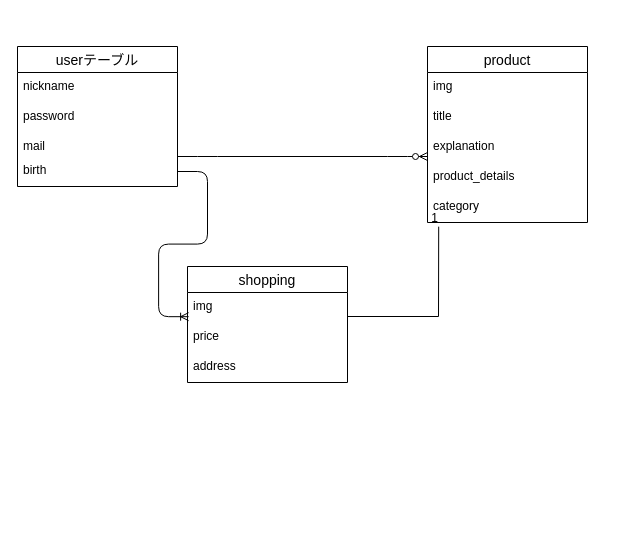
The draw.io diagram .dio in hibiki24o/furima-38475, before the edit. Source tidied: cells renumbered, new cells numbered last; positions are measured from the earlier drawing's top-left corner, leaving out a move shared by most shapes. Both pictures are drawn from the tidied source at 100%, with x=0, y=0 at pixel (17, 46).
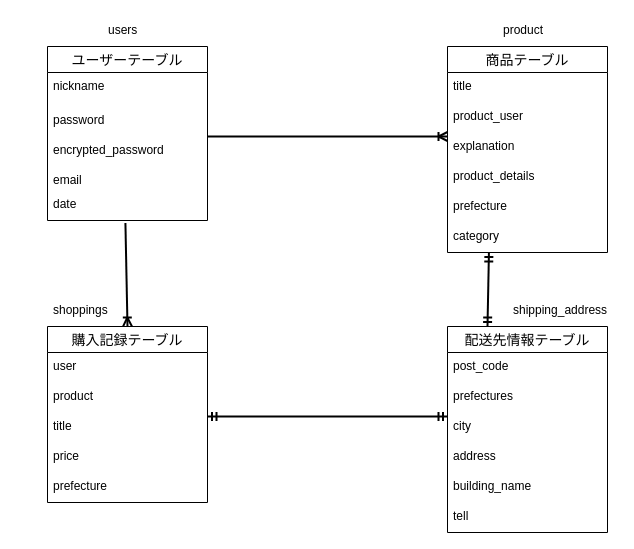
Above is the later version.

Diff of the diagram source:
```diff
@@
-    <mxCell id="2" value="userテーブル" style="swimlane;fontStyle=0;horizontal=1;startSize=26;align=center;fontSize=14;strokeColor=default;" parent="1" vertex="1">
-      <mxGeometry width="160" height="140" as="geometry" />
+    <mxCell id="2" value="ユーザーテーブル" style="swimlane;fontStyle=0;horizontal=1;startSize=26;align=center;fontSize=14;strokeColor=default;" parent="1" vertex="1">
+      <mxGeometry x="30" width="160" height="174" as="geometry" />
     </mxCell>
     <mxCell id="3" value="nickname" style="text;strokeColor=none;fillColor=none;spacingLeft=4;spacingRight=4;overflow=hidden;fontSize=12;" parent="2" vertex="1">
-      <mxGeometry y="26" width="160" height="30" as="geometry" />
+      <mxGeometry y="26" width="160" height="34" as="geometry" />
     </mxCell>
     <mxCell id="4" value="password" style="text;strokeColor=none;fillColor=none;spacingLeft=4;spacingRight=4;overflow=hidden;fontSize=12;" parent="2" vertex="1">
-      <mxGeometry y="56" width="160" height="30" as="geometry" />
+      <mxGeometry y="60" width="160" height="30" as="geometry" />
     </mxCell>
+    <mxCell id="21" value="encrypted_password" style="text;strokeColor=none;fillColor=none;spacingLeft=4;spacingRight=4;overflow=hidden;fontSize=12;" parent="2" vertex="1">
+      <mxGeometry y="90" width="160" height="30" as="geometry" />
+    </mxCell>
-    <mxCell id="5" value="mail" style="text;strokeColor=none;fillColor=none;spacingLeft=4;spacingRight=4;overflow=hidden;fontSize=12;" parent="2" vertex="1">
-      <mxGeometry y="86" width="160" height="24" as="geometry" />
+    <mxCell id="5" value="email" style="text;strokeColor=none;fillColor=none;spacingLeft=4;spacingRight=4;overflow=hidden;fontSize=12;" parent="2" vertex="1">
+      <mxGeometry y="120" width="160" height="24" as="geometry" />
     </mxCell>
-    <mxCell id="6" value="birth" style="text;strokeColor=none;fillColor=none;spacingLeft=4;spacingRight=4;overflow=hidden;points=[[0,0.5],[1,0.5]];portConstraint=eastwest;fontSize=12;" parent="2" vertex="1">
-      <mxGeometry y="110" width="160" height="30" as="geometry" />
+    <mxCell id="6" value="date" style="text;strokeColor=none;fillColor=none;spacingLeft=4;spacingRight=4;overflow=hidden;points=[[0,0.5],[1,0.5]];portConstraint=eastwest;fontSize=12;" parent="2" vertex="1">
+      <mxGeometry y="144" width="160" height="30" as="geometry" />
     </mxCell>
-    <mxCell id="7" value="product" style="swimlane;fontStyle=0;horizontal=1;startSize=26;align=center;fontSize=14;" parent="1" vertex="1">
-      <mxGeometry x="410" width="160" height="176" as="geometry" />
+    <mxCell id="7" value="商品テーブル" style="swimlane;fontStyle=0;horizontal=1;startSize=26;align=center;fontSize=14;" parent="1" vertex="1">
+      <mxGeometry x="430" width="160" height="206" as="geometry" />
     </mxCell>
+    <mxCell id="9" value="title" style="text;strokeColor=none;fillColor=none;spacingLeft=4;spacingRight=4;overflow=hidden;fontSize=12;" parent="7" vertex="1">
+      <mxGeometry y="26" width="160" height="30" as="geometry" />
+    </mxCell>
-    <mxCell id="8" value="img" style="text;strokeColor=none;fillColor=none;spacingLeft=4;spacingRight=4;overflow=hidden;fontSize=12;" parent="7" vertex="1">
-      <mxGeometry y="26" width="160" height="30" as="geometry" />
+    <mxCell id="8" value="product_user" style="text;strokeColor=none;fillColor=none;spacingLeft=4;spacingRight=4;overflow=hidden;fontSize=12;" parent="7" vertex="1">
+      <mxGeometry y="56" width="160" height="30" as="geometry" />
     </mxCell>
-    <mxCell id="9" value="title" style="text;strokeColor=none;fillColor=none;spacingLeft=4;spacingRight=4;overflow=hidden;fontSize=12;" parent="7" vertex="1">
-      <mxGeometry y="56" width="160" height="30" as="geometry" />
-    </mxCell>
@@
+    <mxCell id="22" value="prefecture" style="text;strokeColor=none;fillColor=none;spacingLeft=4;spacingRight=4;overflow=hidden;fontSize=12;" parent="7" vertex="1">
+      <mxGeometry y="146" width="160" height="30" as="geometry" />
+    </mxCell>
     <mxCell id="12" value="category" style="text;strokeColor=none;fillColor=none;spacingLeft=4;spacingRight=4;overflow=hidden;points=[[0,0.5],[1,0.5]];portConstraint=eastwest;fontSize=12;" parent="7" vertex="1">
-      <mxGeometry y="146" width="160" height="30" as="geometry" />
+      <mxGeometry y="176" width="160" height="30" as="geometry" />
     </mxCell>
-    <mxCell id="13" value="shopping" style="swimlane;fontStyle=0;horizontal=1;startSize=26;align=center;fontSize=14;" parent="1" vertex="1">
-      <mxGeometry x="170" y="220" width="160" height="116" as="geometry" />
+    <mxCell id="13" value="購入記録テーブル" style="swimlane;fontStyle=0;horizontal=1;startSize=26;align=center;fontSize=14;" parent="1" vertex="1">
+      <mxGeometry x="30" y="280" width="160" height="176" as="geometry" />
     </mxCell>
-    <mxCell id="14" value="img" style="text;strokeColor=none;fillColor=none;spacingLeft=4;spacingRight=4;overflow=hidden;points=[[0,0.5],[1,0.5]];portConstraint=eastwest;fontSize=12;" parent="13" vertex="1">
+    <mxCell id="14" value="user" style="text;strokeColor=none;fillColor=none;spacingLeft=4;spacingRight=4;overflow=hidden;points=[[0,0.5],[1,0.5]];portConstraint=eastwest;fontSize=12;" parent="13" vertex="1">
       <mxGeometry y="26" width="160" height="30" as="geometry" />
     </mxCell>
+    <mxCell id="23" value="product" style="text;strokeColor=none;fillColor=none;spacingLeft=4;spacingRight=4;overflow=hidden;fontSize=12;" parent="13" vertex="1">
+      <mxGeometry y="56" width="160" height="30" as="geometry" />
+    </mxCell>
+    <mxCell id="24" value="title" style="text;strokeColor=none;fillColor=none;spacingLeft=4;spacingRight=4;overflow=hidden;fontSize=12;" parent="13" vertex="1">
+      <mxGeometry y="86" width="160" height="30" as="geometry" />
+    </mxCell>
     <mxCell id="15" value="price" style="text;strokeColor=none;fillColor=none;spacingLeft=4;spacingRight=4;overflow=hidden;fontSize=12;" parent="13" vertex="1">
-      <mxGeometry y="56" width="160" height="30" as="geometry" />
+      <mxGeometry y="116" width="160" height="30" as="geometry" />
     </mxCell>
-    <mxCell id="16" value="address" style="text;strokeColor=none;fillColor=none;spacingLeft=4;spacingRight=4;overflow=hidden;fontSize=12;" parent="13" vertex="1">
-      <mxGeometry y="86" width="160" height="30" as="geometry" />
+    <mxCell id="16" value="prefecture" style="text;strokeColor=none;fillColor=none;spacingLeft=4;spacingRight=4;overflow=hidden;fontSize=12;" parent="13" vertex="1">
+      <mxGeometry y="146" width="160" height="30" as="geometry" />
     </mxCell>
-    <mxCell id="17" style="edgeStyle=entityRelationEdgeStyle;fontSize=12;html=1;endArrow=ERzeroToMany;endFill=1;" parent="1" edge="1">
-      <mxGeometry relative="1" as="geometry">
-        <mxPoint x="160" y="110" as="sourcePoint" />
-        <mxPoint x="410" y="110" as="targetPoint" />
-      </mxGeometry>
-    </mxCell>
-    <mxCell id="18" style="endArrow=none;html=1;rounded=0;entryX=0.07;entryY=1.139;entryDx=0;entryDy=0;entryPerimeter=0;" parent="1" edge="1" target="12">
-      <mxGeometry relative="1" as="geometry">
-        <mxPoint x="330" y="270" as="sourcePoint" />
-        <Array as="points">
-          <mxPoint x="421" y="270" />
-        </Array>
-      </mxGeometry>
-    </mxCell>
-    <mxCell id="19" value="1" style="html=1;align=right;verticalAlign=bottom;strokeColor=default;" parent="18" vertex="1">
-      <mxGeometry x="1" relative="1" as="geometry" />
-    </mxCell>
-    <mxCell id="20" style="edgeStyle=entityRelationEdgeStyle;fontSize=12;html=1;endArrow=ERoneToMany;entryX=0.007;entryY=0.806;entryDx=0;entryDy=0;entryPerimeter=0;" parent="1" edge="1" source="6" target="14">
-      <mxGeometry relative="1" as="geometry" />
-    </mxCell>
+    <mxCell id="25" value="配送先情報テーブル" style="swimlane;fontStyle=0;horizontal=1;startSize=26;align=center;fontSize=14;strokeColor=default;" parent="1" vertex="1">
+      <mxGeometry x="430" y="280" width="160" height="206" as="geometry" />
+    </mxCell>
+    <mxCell id="26" value="post_code" style="text;strokeColor=none;fillColor=none;spacingLeft=4;spacingRight=4;overflow=hidden;fontSize=12;" parent="25" vertex="1">
+      <mxGeometry y="26" width="160" height="30" as="geometry" />
+    </mxCell>
+    <mxCell id="27" value="prefectures" style="text;strokeColor=none;fillColor=none;spacingLeft=4;spacingRight=4;overflow=hidden;fontSize=12;" parent="25" vertex="1">
+      <mxGeometry y="56" width="160" height="30" as="geometry" />
+    </mxCell>
+    <mxCell id="28" value="city" style="text;strokeColor=none;fillColor=none;spacingLeft=4;spacingRight=4;overflow=hidden;fontSize=12;" parent="25" vertex="1">
+      <mxGeometry y="86" width="160" height="30" as="geometry" />
+    </mxCell>
+    <mxCell id="29" value="address" style="text;strokeColor=none;fillColor=none;spacingLeft=4;spacingRight=4;overflow=hidden;fontSize=12;" parent="25" vertex="1">
+      <mxGeometry y="116" width="160" height="30" as="geometry" />
+    </mxCell>
+    <mxCell id="30" value="building_name" style="text;strokeColor=none;fillColor=none;spacingLeft=4;spacingRight=4;overflow=hidden;fontSize=12;" parent="25" vertex="1">
+      <mxGeometry y="146" width="160" height="30" as="geometry" />
+    </mxCell>
+    <mxCell id="31" value="tell" style="text;strokeColor=none;fillColor=none;spacingLeft=4;spacingRight=4;overflow=hidden;fontSize=12;" parent="25" vertex="1">
+      <mxGeometry y="176" width="160" height="30" as="geometry" />
+    </mxCell>
+    <mxCell id="32" style="fontSize=12;html=1;endArrow=ERmandOne;startArrow=ERmandOne;strokeWidth=2;" parent="1" edge="1">
+      <mxGeometry relative="1" as="geometry">
+        <mxPoint x="190" y="370" as="sourcePoint" />
+        <mxPoint x="430" y="370" as="targetPoint" />
+      </mxGeometry>
+    </mxCell>
+    <mxCell id="33" style="fontSize=12;html=1;endArrow=ERoneToMany;strokeWidth=2;" parent="1" edge="1">
+      <mxGeometry relative="1" as="geometry">
+        <mxPoint x="190" y="90" as="sourcePoint" />
+        <mxPoint x="430" y="90" as="targetPoint" />
+      </mxGeometry>
+    </mxCell>
+    <mxCell id="34" style="fontSize=12;html=1;endArrow=ERmandOne;startArrow=ERmandOne;strokeWidth=2;exitX=0.25;exitY=0;exitDx=0;exitDy=0;entryX=0.259;entryY=1;entryDx=0;entryDy=0;entryPerimeter=0;" parent="1" edge="1" source="25" target="12">
+      <mxGeometry relative="1" as="geometry" />
+    </mxCell>
+    <mxCell id="35" style="fontSize=12;html=1;endArrow=ERoneToMany;strokeWidth=2;exitX=0.487;exitY=1.086;exitDx=0;exitDy=0;exitPerimeter=0;entryX=0.5;entryY=0;entryDx=0;entryDy=0;" parent="1" edge="1" source="6" target="13">
+      <mxGeometry relative="1" as="geometry" />
+    </mxCell>
+    <mxCell id="36" value="product" style="text;strokeColor=none;fillColor=none;spacingLeft=4;spacingRight=4;overflow=hidden;fontSize=12;" parent="1" vertex="1">
+      <mxGeometry x="480" y="-30" width="50" height="30" as="geometry" />
+    </mxCell>
+    <mxCell id="37" value="shipping_address" style="text;strokeColor=none;fillColor=none;spacingLeft=4;spacingRight=4;overflow=hidden;fontSize=12;" parent="1" vertex="1">
+      <mxGeometry x="490" y="250" width="110" height="30" as="geometry" />
+    </mxCell>
+    <mxCell id="38" value="users" style="text;strokeColor=none;fillColor=none;spacingLeft=4;spacingRight=4;overflow=hidden;fontSize=12;" parent="1" vertex="1">
+      <mxGeometry x="85" y="-30" width="50" height="30" as="geometry" />
+    </mxCell>
+    <mxCell id="39" value="shoppings" style="text;strokeColor=none;fillColor=none;spacingLeft=4;spacingRight=4;overflow=hidden;fontSize=12;" parent="1" vertex="1">
+      <mxGeometry x="30" y="250" width="80" height="30" as="geometry" />
+    </mxCell>
```
